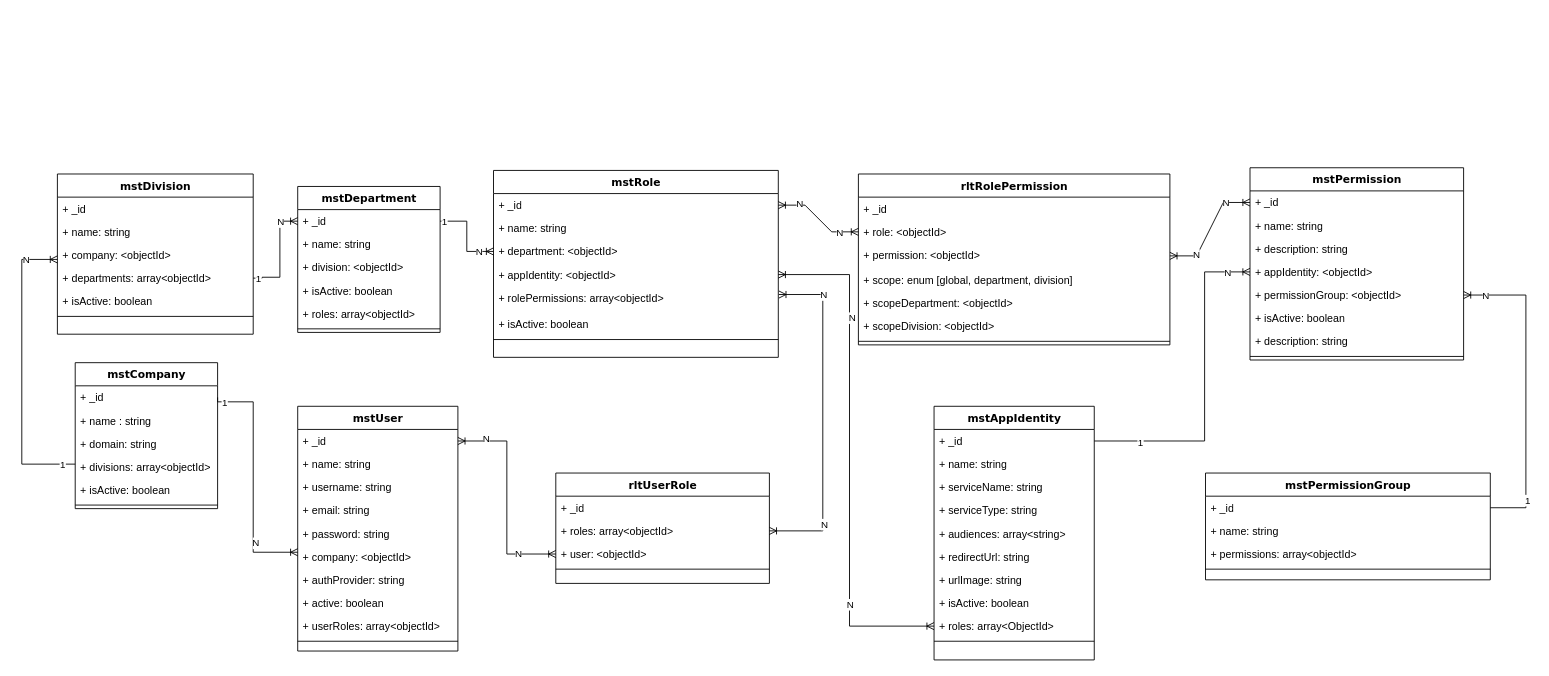
Earlier version of the draw.io diagram star-sso-api.drawio (CodebarPhantom/aws-diagram). Source tidied: cells renumbered, new cells numbered last; positions are measured from the earlier drawing's top-left corner, leaving out a move shared by most shapes. Both pictures are drawn from the tidied source at 89%, with x=0, y=0 at pixel (21, 167).
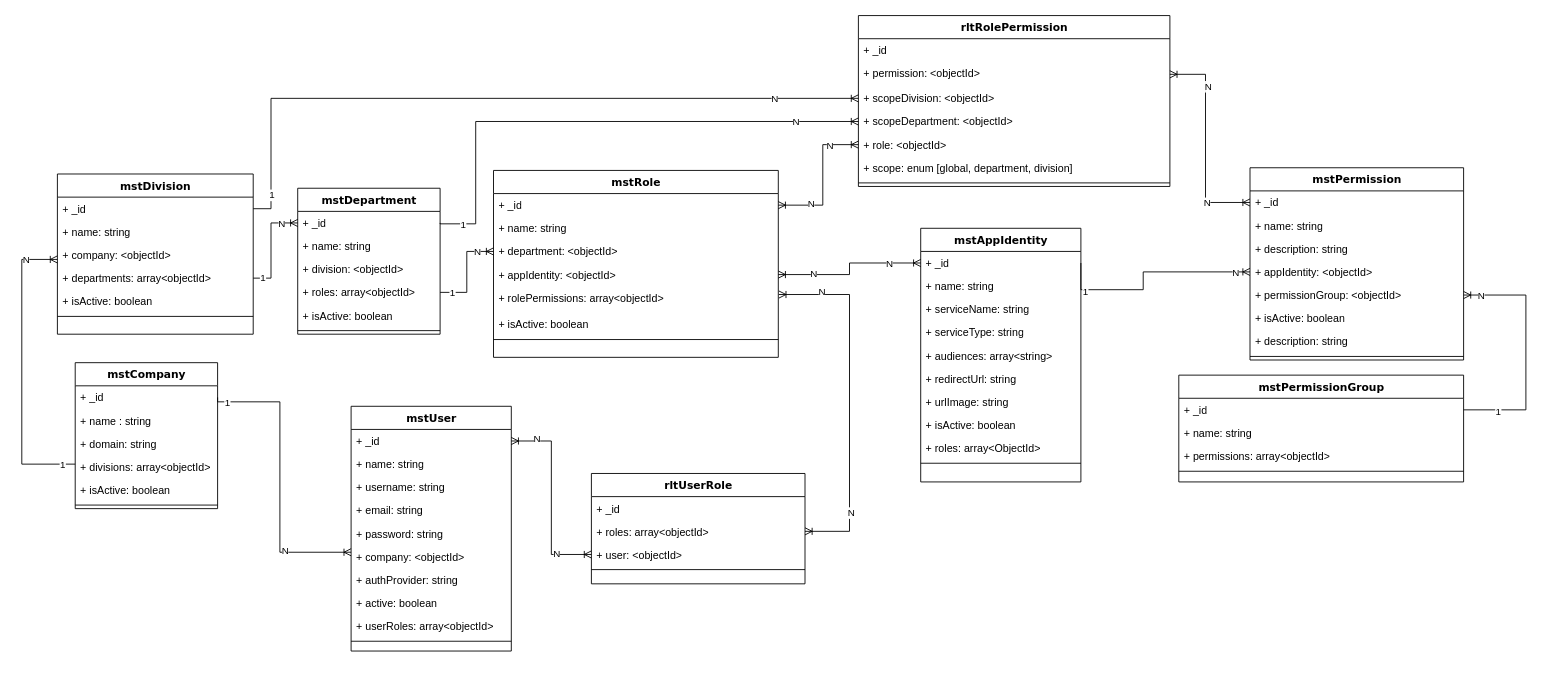
The same page after the edit.

The change refers to these unchanged cells:
```xml
<mxCell id="3" value="+ _id" style="text;html=1;strokeColor=none;fillColor=none;align=left;verticalAlign=top;spacingLeft=4;spacingRight=4;whiteSpace=wrap;overflow=hidden;points=[[0,0.5],[1,0.5]];portConstraint=eastwest;" parent="2" vertex="1">
  <mxGeometry y="26" width="160" height="26" as="geometry" />
</mxCell>
<mxCell id="10" value="+ _id" style="text;html=1;strokeColor=none;fillColor=none;align=left;verticalAlign=top;spacingLeft=4;spacingRight=4;whiteSpace=wrap;overflow=hidden;points=[[0,0.5],[1,0.5]];portConstraint=eastwest;" parent="9" vertex="1">
  <mxGeometry y="26" width="160" height="26" as="geometry" />
</mxCell>
<mxCell id="17" value="+ _id" style="text;html=1;strokeColor=none;fillColor=none;align=left;verticalAlign=top;spacingLeft=4;spacingRight=4;whiteSpace=wrap;overflow=hidden;points=[[0,0.5],[1,0.5]];portConstraint=eastwest;" parent="16" vertex="1">
  <mxGeometry y="26" width="320" height="26" as="geometry" />
</mxCell>
<mxCell id="22" value="+ _id" style="text;html=1;strokeColor=none;fillColor=none;align=left;verticalAlign=top;spacingLeft=4;spacingRight=4;whiteSpace=wrap;overflow=hidden;points=[[0,0.5],[1,0.5]];portConstraint=eastwest;" parent="21" vertex="1">
  <mxGeometry y="26" width="220" height="26" as="geometry" />
</mxCell>
<mxCell id="25" value="+ departments: array&amp;lt;objectId&amp;gt;" style="text;html=1;strokeColor=none;fillColor=none;align=left;verticalAlign=top;spacingLeft=4;spacingRight=4;whiteSpace=wrap;overflow=hidden;points=[[0,0.5],[1,0.5]];portConstraint=eastwest;" parent="21" vertex="1">
  <mxGeometry y="104" width="220" height="26" as="geometry" />
</mxCell>
<mxCell id="30" value="+ roles: array&amp;lt;objectId&amp;gt;" style="text;html=1;strokeColor=none;fillColor=none;align=left;verticalAlign=top;spacingLeft=4;spacingRight=4;whiteSpace=wrap;overflow=hidden;points=[[0,0.5],[1,0.5]];portConstraint=eastwest;" parent="28" vertex="1">
  <mxGeometry y="52" width="240" height="26" as="geometry" />
</mxCell>
<mxCell id="34" value="+ _id" style="text;html=1;strokeColor=none;fillColor=none;align=left;verticalAlign=top;spacingLeft=4;spacingRight=4;whiteSpace=wrap;overflow=hidden;points=[[0,0.5],[1,0.5]];portConstraint=eastwest;" parent="33" vertex="1">
  <mxGeometry y="26" width="180" height="26" as="geometry" />
</mxCell>
<mxCell id="42" value="+ roles: array&amp;lt;ObjectId&amp;gt;" style="text;html=1;strokeColor=none;fillColor=none;align=left;verticalAlign=top;spacingLeft=4;spacingRight=4;whiteSpace=wrap;overflow=hidden;points=[[0,0.5],[1,0.5]];portConstraint=eastwest;" parent="33" vertex="1">
  <mxGeometry y="234" width="180" height="26" as="geometry" />
</mxCell>
<mxCell id="50" value="+ company: &amp;lt;objectId&amp;gt;" style="text;html=1;strokeColor=none;fillColor=none;align=left;verticalAlign=top;spacingLeft=4;spacingRight=4;whiteSpace=wrap;overflow=hidden;points=[[0,0.5],[1,0.5]];portConstraint=eastwest;" parent="44" vertex="1">
  <mxGeometry y="156" width="180" height="26" as="geometry" />
</mxCell>
<mxCell id="64" value="+ _id" style="text;html=1;strokeColor=none;fillColor=none;align=left;verticalAlign=top;spacingLeft=4;spacingRight=4;whiteSpace=wrap;overflow=hidden;points=[[0,0.5],[1,0.5]];portConstraint=eastwest;" parent="63" vertex="1">
  <mxGeometry y="26" width="240" height="26" as="geometry" />
</mxCell>
<mxCell id="67" value="+ appIdentity: &amp;lt;objectId&amp;gt;" style="text;html=1;strokeColor=none;fillColor=none;align=left;verticalAlign=top;spacingLeft=4;spacingRight=4;whiteSpace=wrap;overflow=hidden;points=[[0,0.5],[1,0.5]];portConstraint=eastwest;" parent="63" vertex="1">
  <mxGeometry y="104" width="240" height="26" as="geometry" />
</mxCell>
<mxCell id="68" value="+ permissionGroup: &amp;lt;objectId&amp;gt;" style="text;html=1;strokeColor=none;fillColor=none;align=left;verticalAlign=top;spacingLeft=4;spacingRight=4;whiteSpace=wrap;overflow=hidden;points=[[0,0.5],[1,0.5]];portConstraint=eastwest;" parent="63" vertex="1">
  <mxGeometry y="130" width="240" height="26" as="geometry" />
</mxCell>
<mxCell id="73" value="+ _id" style="text;html=1;strokeColor=none;fillColor=none;align=left;verticalAlign=top;spacingLeft=4;spacingRight=4;whiteSpace=wrap;overflow=hidden;points=[[0,0.5],[1,0.5]];portConstraint=eastwest;" parent="72" vertex="1">
  <mxGeometry y="26" width="320" height="26" as="geometry" />
</mxCell>
<mxCell id="75" value="+ department: &amp;lt;objectId&amp;gt;" style="text;html=1;strokeColor=none;fillColor=none;align=left;verticalAlign=top;spacingLeft=4;spacingRight=4;whiteSpace=wrap;overflow=hidden;points=[[0,0.5],[1,0.5]];portConstraint=eastwest;" parent="72" vertex="1">
  <mxGeometry y="78" width="320" height="26" as="geometry" />
</mxCell>
<mxCell id="76" value="+ appIdentity: &amp;lt;objectId&amp;gt;" style="text;html=1;strokeColor=none;fillColor=none;align=left;verticalAlign=top;spacingLeft=4;spacingRight=4;whiteSpace=wrap;overflow=hidden;points=[[0,0.5],[1,0.5]];portConstraint=eastwest;" parent="72" vertex="1">
  <mxGeometry y="104" width="320" height="26" as="geometry" />
</mxCell>
<mxCell id="77" value="+ rolePermissions: a&lt;span style=&quot;background-color: transparent; color: light-dark(rgb(0, 0, 0), rgb(255, 255, 255));&quot;&gt;rray&amp;lt;&lt;/span&gt;&lt;span style=&quot;background-color: transparent; color: light-dark(rgb(0, 0, 0), rgb(255, 255, 255));&quot;&gt;objectId&amp;gt;&lt;/span&gt;" style="text;html=1;strokeColor=none;fillColor=none;align=left;verticalAlign=top;spacingLeft=4;spacingRight=4;whiteSpace=wrap;overflow=hidden;points=[[0,0.5],[1,0.5]];portConstraint=eastwest;" parent="72" vertex="1">
  <mxGeometry y="130" width="320" height="30" as="geometry" />
</mxCell>
```

Diff of the diagram source:
```diff
@@
     <mxCell id="9" value="mstDepartment" style="swimlane;html=1;fontStyle=1;align=center;verticalAlign=top;horizontal=1;startSize=26;swimlaneFillColor=#ffffff;rounded=0;shadow=0;comic=0;labelBackgroundColor=none;strokeWidth=1;fillColor=none;fontFamily=Verdana;fontSize=12;" parent="1" vertex="1">
-      <mxGeometry x="310" y="21" width="160" height="164" as="geometry" />
+      <mxGeometry x="310" y="23" width="160" height="164" as="geometry" />
     </mxCell>
@@
+    <mxCell id="14" value="+ roles: array&amp;lt;objectId&amp;gt;" style="text;html=1;strokeColor=none;fillColor=none;align=left;verticalAlign=top;spacingLeft=4;spacingRight=4;whiteSpace=wrap;overflow=hidden;points=[[0,0.5],[1,0.5]];portConstraint=eastwest;" parent="9" vertex="1">
+      <mxGeometry y="104" width="160" height="26" as="geometry" />
+    </mxCell>
     <mxCell id="13" value="+ isActive: boolean" style="text;html=1;strokeColor=none;fillColor=none;align=left;verticalAlign=top;spacingLeft=4;spacingRight=4;whiteSpace=wrap;overflow=hidden;" parent="9" vertex="1">
-      <mxGeometry y="104" width="160" height="26" as="geometry" />
+      <mxGeometry y="130" width="160" height="26" as="geometry" />
     </mxCell>
-    <mxCell id="14" value="+ roles: array&amp;lt;objectId&amp;gt;" style="text;html=1;strokeColor=none;fillColor=none;align=left;verticalAlign=top;spacingLeft=4;spacingRight=4;whiteSpace=wrap;overflow=hidden;points=[[0,0.5],[1,0.5]];portConstraint=eastwest;" parent="9" vertex="1">
-      <mxGeometry y="130" width="160" height="26" as="geometry" />
-    </mxCell>
@@
     <mxCell id="16" value="mstPermissionGroup" style="swimlane;html=1;fontStyle=1;align=center;verticalAlign=top;horizontal=1;startSize=26;swimlaneFillColor=#ffffff;rounded=0;shadow=0;comic=0;labelBackgroundColor=none;strokeWidth=1;fillColor=none;fontFamily=Verdana;fontSize=12;" parent="1" vertex="1">
-      <mxGeometry x="1330" y="343" width="320" height="120" as="geometry" />
+      <mxGeometry x="1300" y="233" width="320" height="120" as="geometry" />
     </mxCell>
@@
     <mxCell id="28" value="&lt;div&gt;rltUserRole&lt;/div&gt;" style="swimlane;html=1;fontStyle=1;align=center;verticalAlign=top;horizontal=1;startSize=26;swimlaneFillColor=#ffffff;rounded=0;shadow=0;comic=0;labelBackgroundColor=none;strokeWidth=1;fillColor=none;fontFamily=Verdana;fontSize=12;" parent="1" vertex="1">
-      <mxGeometry x="600" y="343" width="240" height="124" as="geometry" />
+      <mxGeometry x="640" y="343.5" width="240" height="124" as="geometry" />
     </mxCell>
@@
     <mxCell id="33" value="mstAppIdentity" style="swimlane;html=1;fontStyle=1;align=center;verticalAlign=top;horizontal=1;startSize=26;swimlaneFillColor=#ffffff;rounded=0;shadow=0;comic=0;labelBackgroundColor=none;strokeWidth=1;fillColor=none;fontFamily=Verdana;fontSize=12;" parent="1" vertex="1">
-      <mxGeometry x="1025" y="268" width="180" height="285" as="geometry" />
+      <mxGeometry x="1010" y="68" width="180" height="285" as="geometry" />
     </mxCell>
@@
     <mxCell id="44" value="mstUser" style="swimlane;html=1;fontStyle=1;align=center;verticalAlign=top;horizontal=1;startSize=26;swimlaneFillColor=#ffffff;rounded=0;shadow=0;comic=0;labelBackgroundColor=none;strokeWidth=1;fillColor=none;fontFamily=Verdana;fontSize=12;" parent="1" vertex="1">
-      <mxGeometry x="310" y="268" width="180" height="275" as="geometry" />
+      <mxGeometry x="370" y="268" width="180" height="275" as="geometry" />
     </mxCell>
@@
     <mxCell id="55" value="rltRolePermission" style="swimlane;html=1;fontStyle=1;align=center;verticalAlign=top;horizontal=1;startSize=26;swimlaneFillColor=#ffffff;rounded=0;shadow=0;comic=0;labelBackgroundColor=none;strokeWidth=1;fillColor=none;fontFamily=Verdana;fontSize=12;" parent="1" vertex="1">
-      <mxGeometry x="940" y="7" width="350" height="192" as="geometry" />
+      <mxGeometry x="940" y="-171" width="350" height="192" as="geometry" />
     </mxCell>
@@
+    <mxCell id="58" value="+ permission: &amp;lt;objectId&amp;gt;" style="text;html=1;strokeColor=none;fillColor=none;align=left;verticalAlign=top;spacingLeft=4;spacingRight=4;whiteSpace=wrap;overflow=hidden;points=[[0,0.5],[1,0.5]];portConstraint=eastwest;" parent="55" vertex="1">
+      <mxGeometry y="52" width="350" height="28" as="geometry" />
+    </mxCell>
+    <mxCell id="61" value="+ scopeDivision: &amp;lt;objectId&amp;gt;" style="text;html=1;strokeColor=none;fillColor=none;align=left;verticalAlign=top;spacingLeft=4;spacingRight=4;whiteSpace=wrap;overflow=hidden;points=[[0,0.5],[1,0.5]];portConstraint=eastwest;" parent="55" vertex="1">
+      <mxGeometry y="80" width="350" height="26" as="geometry" />
+    </mxCell>
+    <mxCell id="60" value="+ scopeDepartment: &amp;lt;objectId&amp;gt;" style="text;html=1;strokeColor=none;fillColor=none;align=left;verticalAlign=top;spacingLeft=4;spacingRight=4;whiteSpace=wrap;overflow=hidden;points=[[0,0.5],[1,0.5]];portConstraint=eastwest;" parent="55" vertex="1">
+      <mxGeometry y="106" width="350" height="26" as="geometry" />
+    </mxCell>
     <mxCell id="57" value="+ role: &amp;lt;objectId&amp;gt;" style="text;html=1;strokeColor=none;fillColor=none;align=left;verticalAlign=top;spacingLeft=4;spacingRight=4;whiteSpace=wrap;overflow=hidden;points=[[0,0.5],[1,0.5]];portConstraint=eastwest;" parent="55" vertex="1">
-      <mxGeometry y="52" width="350" height="26" as="geometry" />
+      <mxGeometry y="132" width="350" height="26" as="geometry" />
     </mxCell>
-    <mxCell id="58" value="+ permission: &amp;lt;objectId&amp;gt;" style="text;html=1;strokeColor=none;fillColor=none;align=left;verticalAlign=top;spacingLeft=4;spacingRight=4;whiteSpace=wrap;overflow=hidden;points=[[0,0.5],[1,0.5]];portConstraint=eastwest;" parent="55" vertex="1">
-      <mxGeometry y="78" width="350" height="28" as="geometry" />
-    </mxCell>
     <mxCell id="59" value="+ scope: enum [global, department, division]" style="text;html=1;strokeColor=none;fillColor=none;align=left;verticalAlign=top;spacingLeft=4;spacingRight=4;whiteSpace=wrap;overflow=hidden;" parent="55" vertex="1">
-      <mxGeometry y="106" width="350" height="26" as="geometry" />
+      <mxGeometry y="158" width="350" height="26" as="geometry" />
     </mxCell>
-    <mxCell id="60" value="+ scopeDepartment: &amp;lt;objectId&amp;gt;" style="text;html=1;strokeColor=none;fillColor=none;align=left;verticalAlign=top;spacingLeft=4;spacingRight=4;whiteSpace=wrap;overflow=hidden;points=[[0,0.5],[1,0.5]];portConstraint=eastwest;" parent="55" vertex="1">
-      <mxGeometry y="132" width="350" height="26" as="geometry" />
-    </mxCell>
-    <mxCell id="61" value="+ scopeDivision: &amp;lt;objectId&amp;gt;" style="text;html=1;strokeColor=none;fillColor=none;align=left;verticalAlign=top;spacingLeft=4;spacingRight=4;whiteSpace=wrap;overflow=hidden;points=[[0,0.5],[1,0.5]];portConstraint=eastwest;" parent="55" vertex="1">
-      <mxGeometry y="158" width="350" height="26" as="geometry" />
-    </mxCell>
@@
     <mxCell id="80" style="edgeStyle=orthogonalEdgeStyle;fontSize=12;html=1;endArrow=ERoneToMany;rounded=0;exitX=1;exitY=0.5;exitDx=0;exitDy=0;" parent="1" edge="1" source="3" target="50">
       <mxGeometry relative="1" as="geometry">
         <Array as="points">
           <mxPoint x="220" y="263" />
-          <mxPoint x="260" y="263" />
-          <mxPoint x="260" y="432" />
+          <mxPoint x="290" y="263" />
+          <mxPoint x="290" y="432" />
         </Array>
       </mxGeometry>
     </mxCell>
@@
     <mxCell id="86" style="edgeStyle=orthogonalEdgeStyle;fontSize=12;html=1;endArrow=ERoneToMany;rounded=0;exitX=1;exitY=0.5;exitDx=0;exitDy=0;entryX=0;entryY=0.5;entryDx=0;entryDy=0;" parent="1" edge="1" source="25" target="10">
       <mxGeometry relative="1" as="geometry">
         <Array as="points">
-          <mxPoint x="270" y="124" />
-          <mxPoint x="270" y="123" />
-          <mxPoint x="290" y="123" />
-          <mxPoint x="290" y="60" />
+          <mxPoint x="280" y="124" />
+          <mxPoint x="280" y="62" />
         </Array>
       </mxGeometry>
     </mxCell>
     <mxCell id="87" value="1" style="edgeLabel;html=1;align=center;verticalAlign=middle;" parent="86" vertex="1">
-      <mxGeometry x="-0.91" relative="1" as="geometry" />
+      <mxGeometry x="-0.91" relative="1" as="geometry">
+        <mxPoint x="5" y="-1" as="offset" />
+      </mxGeometry>
     </mxCell>
@@
-    <mxCell id="92" style="edgeStyle=orthogonalEdgeStyle;fontSize=12;html=1;endArrow=ERoneToMany;rounded=0;exitX=1;exitY=0.5;exitDx=0;exitDy=0;entryX=0;entryY=0.5;entryDx=0;entryDy=0;" parent="1" edge="1" source="10" target="75">
+    <mxCell id="92" style="edgeStyle=orthogonalEdgeStyle;fontSize=12;html=1;endArrow=ERoneToMany;rounded=0;exitX=1;exitY=0.5;exitDx=0;exitDy=0;entryX=0;entryY=0.5;entryDx=0;entryDy=0;" parent="1" edge="1" source="14" target="75">
       <mxGeometry relative="1" as="geometry">
         <Array as="points">
-          <mxPoint x="500" y="60" />
+          <mxPoint x="500" y="140" />
           <mxPoint x="500" y="94" />
         </Array>
       </mxGeometry>
     </mxCell>
     <mxCell id="93" value="1" style="edgeLabel;html=1;align=center;verticalAlign=middle;" parent="92" vertex="1">
-      <mxGeometry x="-0.91" relative="1" as="geometry" />
+      <mxGeometry x="-0.91" relative="1" as="geometry">
+        <mxPoint x="8" as="offset" />
+      </mxGeometry>
     </mxCell>
@@
     <mxCell id="95" style="edgeStyle=orthogonalEdgeStyle;fontSize=12;html=1;endArrow=ERoneToMany;startArrow=ERoneToMany;rounded=0;entryX=1;entryY=0.5;entryDx=0;entryDy=0;exitX=1.002;exitY=0.314;exitDx=0;exitDy=0;exitPerimeter=0;" parent="1" edge="1" source="77" target="30">
       <mxGeometry relative="1" as="geometry">
         <Array as="points">
-          <mxPoint x="900" y="142" />
-          <mxPoint x="900" y="408" />
+          <mxPoint x="930" y="142" />
+          <mxPoint x="930" y="408" />
         </Array>
       </mxGeometry>
     </mxCell>
@@
-    <mxCell id="98" style="edgeStyle=entityRelationEdgeStyle;fontSize=12;html=1;endArrow=ERoneToMany;startArrow=ERoneToMany;rounded=0;exitX=1;exitY=0.5;exitDx=0;exitDy=0;entryX=0;entryY=0.5;entryDx=0;entryDy=0;" parent="1" edge="1" source="73" target="57">
-      <mxGeometry relative="1" as="geometry" />
+    <mxCell id="98" style="edgeStyle=orthogonalEdgeStyle;fontSize=12;html=1;endArrow=ERoneToMany;startArrow=ERoneToMany;rounded=0;exitX=1;exitY=0.5;exitDx=0;exitDy=0;entryX=0;entryY=0.5;entryDx=0;entryDy=0;" parent="1" edge="1" source="73" target="57">
+      <mxGeometry relative="1" as="geometry">
+        <Array as="points">
+          <mxPoint x="900" y="42" />
+          <mxPoint x="900" y="-26" />
+        </Array>
+      </mxGeometry>
     </mxCell>
@@
     <mxCell id="101" style="edgeStyle=orthogonalEdgeStyle;fontSize=12;html=1;endArrow=ERoneToMany;rounded=0;exitX=1;exitY=0.5;exitDx=0;exitDy=0;entryX=0;entryY=0.5;entryDx=0;entryDy=0;" parent="1" edge="1" source="34" target="67">
       <mxGeometry relative="1" as="geometry">
         <Array as="points">
-          <mxPoint x="1329" y="307" />
-          <mxPoint x="1329" y="117" />
+          <mxPoint x="1260" y="137" />
+          <mxPoint x="1260" y="117" />
         </Array>
       </mxGeometry>
     </mxCell>
@@
-    <mxCell id="104" style="edgeStyle=entityRelationEdgeStyle;fontSize=12;html=1;endArrow=ERoneToMany;startArrow=ERoneToMany;rounded=0;entryX=0;entryY=0.5;entryDx=0;entryDy=0;" parent="1" edge="1" source="58" target="64">
-      <mxGeometry relative="1" as="geometry" />
+    <mxCell id="104" style="edgeStyle=orthogonalEdgeStyle;fontSize=12;html=1;endArrow=ERoneToMany;startArrow=ERoneToMany;rounded=0;entryX=0;entryY=0.5;entryDx=0;entryDy=0;exitX=1;exitY=0.5;exitDx=0;exitDy=0;" parent="1" edge="1" source="58" target="64">
+      <mxGeometry relative="1" as="geometry">
+        <Array as="points">
+          <mxPoint x="1330" y="-105" />
+          <mxPoint x="1330" y="39" />
+        </Array>
+      </mxGeometry>
     </mxCell>
@@
     <mxCell id="107" style="edgeStyle=orthogonalEdgeStyle;fontSize=12;html=1;endArrow=ERoneToMany;rounded=0;exitX=1;exitY=0.5;exitDx=0;exitDy=0;entryX=1;entryY=0.5;entryDx=0;entryDy=0;" parent="1" edge="1" source="17" target="68">
       <mxGeometry relative="1" as="geometry">
         <Array as="points">
-          <mxPoint x="1690" y="382" />
+          <mxPoint x="1690" y="272" />
           <mxPoint x="1690" y="143" />
         </Array>
       </mxGeometry>
     </mxCell>
@@
-    <mxCell id="110" style="edgeStyle=orthogonalEdgeStyle;fontSize=12;html=1;endArrow=ERoneToMany;startArrow=ERoneToMany;rounded=0;exitX=1;exitY=0.5;exitDx=0;exitDy=0;" parent="1" edge="1" source="76" target="42">
+    <mxCell id="110" style="edgeStyle=orthogonalEdgeStyle;fontSize=12;html=1;endArrow=ERoneToMany;startArrow=ERoneToMany;rounded=0;exitX=1;exitY=0.5;exitDx=0;exitDy=0;entryX=0;entryY=0.5;entryDx=0;entryDy=0;" parent="1" edge="1" source="76" target="34">
       <mxGeometry relative="1" as="geometry">
         <Array as="points">
           <mxPoint x="930" y="120" />
-          <mxPoint x="930" y="515" />
+          <mxPoint x="930" y="107" />
         </Array>
       </mxGeometry>
     </mxCell>
@@
+    <mxCell id="113" style="edgeStyle=orthogonalEdgeStyle;fontSize=12;html=1;endArrow=ERoneToMany;rounded=0;exitX=1;exitY=0.5;exitDx=0;exitDy=0;entryX=0;entryY=0.5;entryDx=0;entryDy=0;" parent="1" edge="1" source="22" target="61">
+      <mxGeometry relative="1" as="geometry">
+        <Array as="points">
+          <mxPoint x="280" y="46" />
+          <mxPoint x="280" y="-78" />
+        </Array>
+      </mxGeometry>
+    </mxCell>
+    <mxCell id="114" value="1" style="edgeLabel;html=1;align=center;verticalAlign=middle;" parent="113" vertex="1">
+      <mxGeometry x="-0.91" relative="1" as="geometry" />
+    </mxCell>
+    <mxCell id="115" value="N" style="edgeLabel;html=1;align=center;verticalAlign=middle;" parent="113" vertex="1">
+      <mxGeometry x="0.78" relative="1" as="geometry">
+        <mxPoint x="-7" as="offset" />
+      </mxGeometry>
+    </mxCell>
+    <mxCell id="116" style="edgeStyle=orthogonalEdgeStyle;fontSize=12;html=1;endArrow=ERoneToMany;rounded=0;exitX=1;exitY=0.5;exitDx=0;exitDy=0;entryX=0;entryY=0.5;entryDx=0;entryDy=0;" parent="1" edge="1" source="10" target="60">
+      <mxGeometry relative="1" as="geometry">
+        <Array as="points">
+          <mxPoint x="510" y="63" />
+          <mxPoint x="510" y="-52" />
+        </Array>
+      </mxGeometry>
+    </mxCell>
+    <mxCell id="117" value="1" style="edgeLabel;html=1;align=center;verticalAlign=middle;" parent="116" vertex="1">
+      <mxGeometry x="-0.91" relative="1" as="geometry" />
+    </mxCell>
+    <mxCell id="118" value="N" style="edgeLabel;html=1;align=center;verticalAlign=middle;" parent="116" vertex="1">
+      <mxGeometry x="0.78" relative="1" as="geometry">
+        <mxPoint x="-7" as="offset" />
+      </mxGeometry>
+    </mxCell>
```
